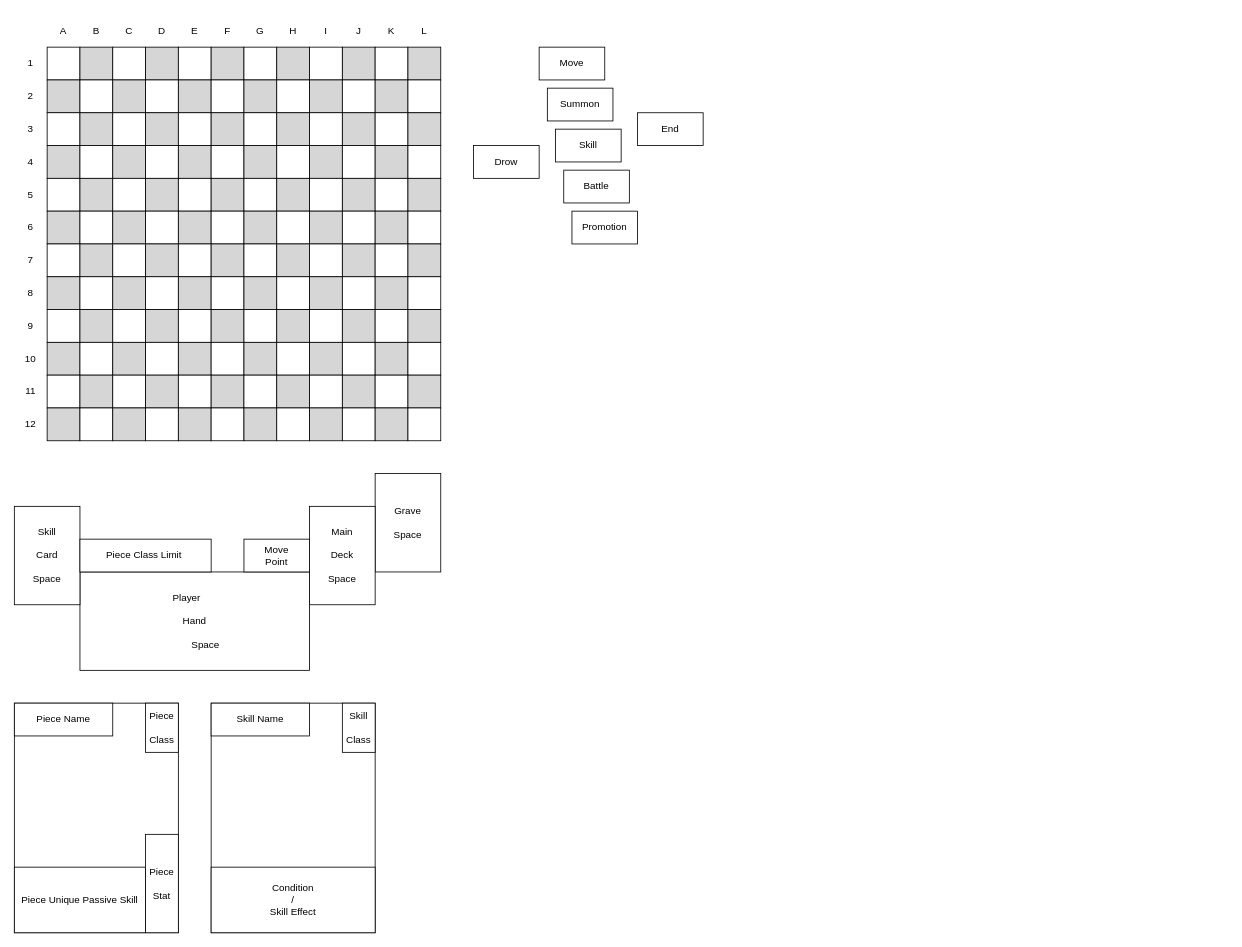
Above: Prototype.drawio in yjk0401/unityenginebasic_9th (draw.io), before the change. Source tidied: cells renumbered, new cells numbered last; positions are measured from the earlier drawing's top-left corner, leaving out a move shared by most shapes. Both pictures are drawn from the tidied source at 82%, with x=0, y=0 at pixel (14, 14).
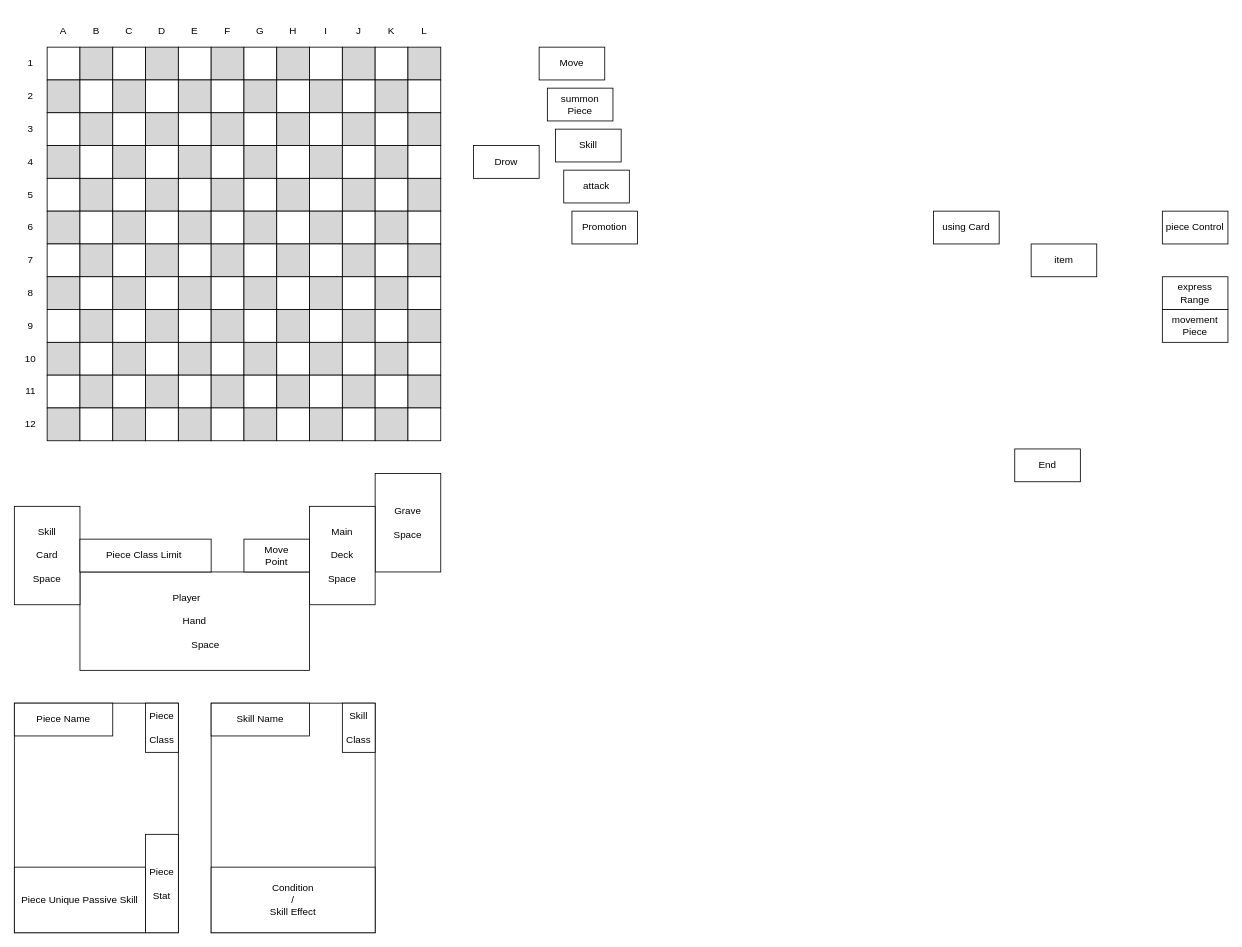
The same diagram, later.

Change to the diagram source:
```diff
@@
     <mxCell id="188" value="End" style="rounded=0;whiteSpace=wrap;html=1;" parent="1" vertex="1">
-      <mxGeometry x="760" y="120" width="80" height="40" as="geometry" />
+      <mxGeometry x="1220" y="530" width="80" height="40" as="geometry" />
     </mxCell>
-    <mxCell id="189" value="Summon" style="rounded=0;whiteSpace=wrap;html=1;" parent="1" vertex="1">
+    <mxCell id="189" value="summon Piece" style="rounded=0;whiteSpace=wrap;html=1;" parent="1" vertex="1">
       <mxGeometry x="650" y="90" width="80" height="40" as="geometry" />
     </mxCell>
@@
-    <mxCell id="191" value="Battle" style="rounded=0;whiteSpace=wrap;html=1;" parent="1" vertex="1">
+    <mxCell id="191" value="attack" style="rounded=0;whiteSpace=wrap;html=1;" parent="1" vertex="1">
       <mxGeometry x="670" y="190" width="80" height="40" as="geometry" />
     </mxCell>
@@
+    <mxCell id="193" value="item" style="rounded=0;whiteSpace=wrap;html=1;" parent="1" vertex="1">
+      <mxGeometry x="1240" y="280" width="80" height="40" as="geometry" />
+    </mxCell>
+    <mxCell id="194" value="using Card" style="rounded=0;whiteSpace=wrap;html=1;" parent="1" vertex="1">
+      <mxGeometry x="1121" y="240" width="80" height="40" as="geometry" />
+    </mxCell>
+    <mxCell id="195" value="piece Control" style="rounded=0;whiteSpace=wrap;html=1;" parent="1" vertex="1">
+      <mxGeometry x="1400" y="240" width="80" height="40" as="geometry" />
+    </mxCell>
+    <mxCell id="196" value="express Range" style="rounded=0;whiteSpace=wrap;html=1;" parent="1" vertex="1">
+      <mxGeometry x="1400" y="320" width="80" height="40" as="geometry" />
+    </mxCell>
+    <mxCell id="197" value="movement Piece" style="rounded=0;whiteSpace=wrap;html=1;" parent="1" vertex="1">
+      <mxGeometry x="1400" y="360" width="80" height="40" as="geometry" />
+    </mxCell>
```
